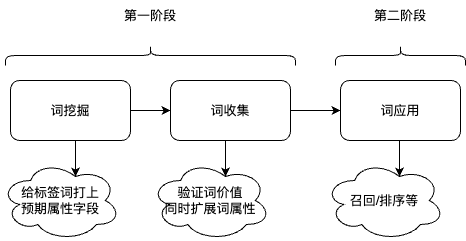
Above: work-draw-file/标签与F1联动主体思路图.png in liujunao/draw-data (draw.io), before the change. Source tidied: cells renumbered, new cells last; positions are measured from the earlier drawing's top-left corner, leaving out a move shared by most shapes. The source it was exported from:
```xml
<mxGraphModel>
  <root>
    <mxCell id="0" />
    <mxCell id="1" parent="0" />
    <mxCell id="2" style="edgeStyle=orthogonalEdgeStyle;rounded=0;jettySize=auto;html=1;exitX=1;exitY=0.5;exitDx=0;exitDy=0;" parent="1" edge="1" source="4" target="7">
      <mxGeometry relative="1" as="geometry" />
    </mxCell>
    <mxCell id="3" style="edgeStyle=orthogonalEdgeStyle;rounded=0;jettySize=auto;html=1;exitX=0.5;exitY=1;exitDx=0;exitDy=0;entryX=0.625;entryY=0.2;entryDx=0;entryDy=0;entryPerimeter=0;" parent="1" edge="1" source="4" target="14">
      <mxGeometry relative="1" as="geometry" />
    </mxCell>
    <mxCell id="4" value="词挖掘" style="rounded=1;whiteSpace=wrap;html=1;" parent="1" vertex="1">
      <mxGeometry x="10" y="170" width="120" height="60" as="geometry" />
    </mxCell>
    <mxCell id="5" style="edgeStyle=orthogonalEdgeStyle;rounded=0;jettySize=auto;html=1;exitX=1;exitY=0.5;exitDx=0;exitDy=0;" parent="1" edge="1" source="7" target="9">
      <mxGeometry relative="1" as="geometry" />
    </mxCell>
    <mxCell id="6" style="edgeStyle=orthogonalEdgeStyle;rounded=0;jettySize=auto;html=1;exitX=0.5;exitY=1;exitDx=0;exitDy=0;entryX=0.625;entryY=0.2;entryDx=0;entryDy=0;entryPerimeter=0;" parent="1" edge="1" source="7" target="16">
      <mxGeometry relative="1" as="geometry" />
    </mxCell>
    <mxCell id="7" value="词收集" style="rounded=1;whiteSpace=wrap;html=1;" parent="1" vertex="1">
      <mxGeometry x="170" y="170" width="120" height="60" as="geometry" />
    </mxCell>
    <mxCell id="8" style="edgeStyle=orthogonalEdgeStyle;rounded=0;jettySize=auto;html=1;exitX=0.5;exitY=1;exitDx=0;exitDy=0;entryX=0.625;entryY=0.2;entryDx=0;entryDy=0;entryPerimeter=0;" parent="1" edge="1" source="9" target="15">
      <mxGeometry relative="1" as="geometry" />
    </mxCell>
    <mxCell id="9" value="词应用" style="rounded=1;whiteSpace=wrap;html=1;" parent="1" vertex="1">
      <mxGeometry x="340" y="170" width="120" height="60" as="geometry" />
    </mxCell>
    <mxCell id="10" style="shape=curlyBracket;whiteSpace=wrap;html=1;rounded=1;labelPosition=left;verticalLabelPosition=middle;align=right;verticalAlign=middle;rotation=90;" parent="1" vertex="1">
      <mxGeometry x="140" width="20" height="290" as="geometry" />
    </mxCell>
    <mxCell id="11" value="第一阶段" style="text;html=1;strokeColor=none;fillColor=none;align=center;verticalAlign=middle;whiteSpace=wrap;rounded=0;" parent="1" vertex="1">
      <mxGeometry x="120" y="90" width="60" height="30" as="geometry" />
    </mxCell>
    <mxCell id="12" style="shape=curlyBracket;whiteSpace=wrap;html=1;rounded=1;labelPosition=left;verticalLabelPosition=middle;align=right;verticalAlign=middle;rotation=90;" parent="1" vertex="1">
      <mxGeometry x="390" y="80" width="20" height="130" as="geometry" />
    </mxCell>
    <mxCell id="13" value="第二阶段" style="text;html=1;strokeColor=none;fillColor=none;align=center;verticalAlign=middle;whiteSpace=wrap;rounded=0;" parent="1" vertex="1">
      <mxGeometry x="370" y="90" width="60" height="30" as="geometry" />
    </mxCell>
    <mxCell id="14" value="给标签词打上&lt;br&gt;预期属性字段" style="ellipse;shape=cloud;whiteSpace=wrap;html=1;" parent="1" vertex="1">
      <mxGeometry y="250" width="120" height="80" as="geometry" />
    </mxCell>
    <mxCell id="15" value="召回/排序等" style="ellipse;shape=cloud;whiteSpace=wrap;html=1;" parent="1" vertex="1">
      <mxGeometry x="324" y="250" width="120" height="80" as="geometry" />
    </mxCell>
    <mxCell id="16" value="验证词价值&lt;br&gt;同时扩展词属性" style="ellipse;shape=cloud;whiteSpace=wrap;html=1;" parent="1" vertex="1">
      <mxGeometry x="150" y="250" width="120" height="80" as="geometry" />
    </mxCell>
  </root>
</mxGraphModel>
```
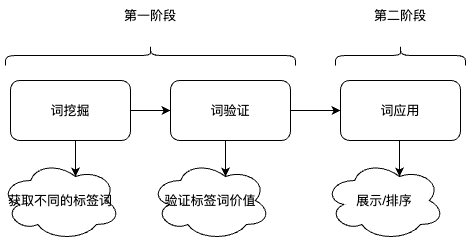
Above is the later version.

Commit message:
更新标签与F1联动主体思路图.png

Change to the diagram source:
```diff
@@ -17,7 +17,7 @@
     <mxCell id="6" style="edgeStyle=orthogonalEdgeStyle;rounded=0;jettySize=auto;html=1;exitX=0.5;exitY=1;exitDx=0;exitDy=0;entryX=0.625;entryY=0.2;entryDx=0;entryDy=0;entryPerimeter=0;" parent="1" edge="1" source="7" target="16">
       <mxGeometry relative="1" as="geometry" />
     </mxCell>
-    <mxCell id="7" value="词收集" style="rounded=1;whiteSpace=wrap;html=1;" parent="1" vertex="1">
+    <mxCell id="7" value="词验证" style="rounded=1;whiteSpace=wrap;html=1;" parent="1" vertex="1">
       <mxGeometry x="170" y="170" width="120" height="60" as="geometry" />
     </mxCell>
     <mxCell id="8" style="edgeStyle=orthogonalEdgeStyle;rounded=0;jettySize=auto;html=1;exitX=0.5;exitY=1;exitDx=0;exitDy=0;entryX=0.625;entryY=0.2;entryDx=0;entryDy=0;entryPerimeter=0;" parent="1" edge="1" source="9" target="15">
@@ -38,13 +38,13 @@
     <mxCell id="13" value="第二阶段" style="text;html=1;strokeColor=none;fillColor=none;align=center;verticalAlign=middle;whiteSpace=wrap;rounded=0;" parent="1" vertex="1">
       <mxGeometry x="370" y="90" width="60" height="30" as="geometry" />
     </mxCell>
-    <mxCell id="14" value="给标签词打上&lt;br&gt;预期属性字段" style="ellipse;shape=cloud;whiteSpace=wrap;html=1;" parent="1" vertex="1">
+    <mxCell id="14" value="获取不同的标签词" style="ellipse;shape=cloud;whiteSpace=wrap;html=1;" parent="1" vertex="1">
       <mxGeometry y="250" width="120" height="80" as="geometry" />
     </mxCell>
-    <mxCell id="15" value="召回/排序等" style="ellipse;shape=cloud;whiteSpace=wrap;html=1;" parent="1" vertex="1">
+    <mxCell id="15" value="展示/排序" style="ellipse;shape=cloud;whiteSpace=wrap;html=1;" parent="1" vertex="1">
       <mxGeometry x="324" y="250" width="120" height="80" as="geometry" />
     </mxCell>
-    <mxCell id="16" value="验证词价值&lt;br&gt;同时扩展词属性" style="ellipse;shape=cloud;whiteSpace=wrap;html=1;" parent="1" vertex="1">
+    <mxCell id="16" value="验证标签词价值" style="ellipse;shape=cloud;whiteSpace=wrap;html=1;" parent="1" vertex="1">
       <mxGeometry x="150" y="250" width="120" height="80" as="geometry" />
     </mxCell>
   </root>
```
